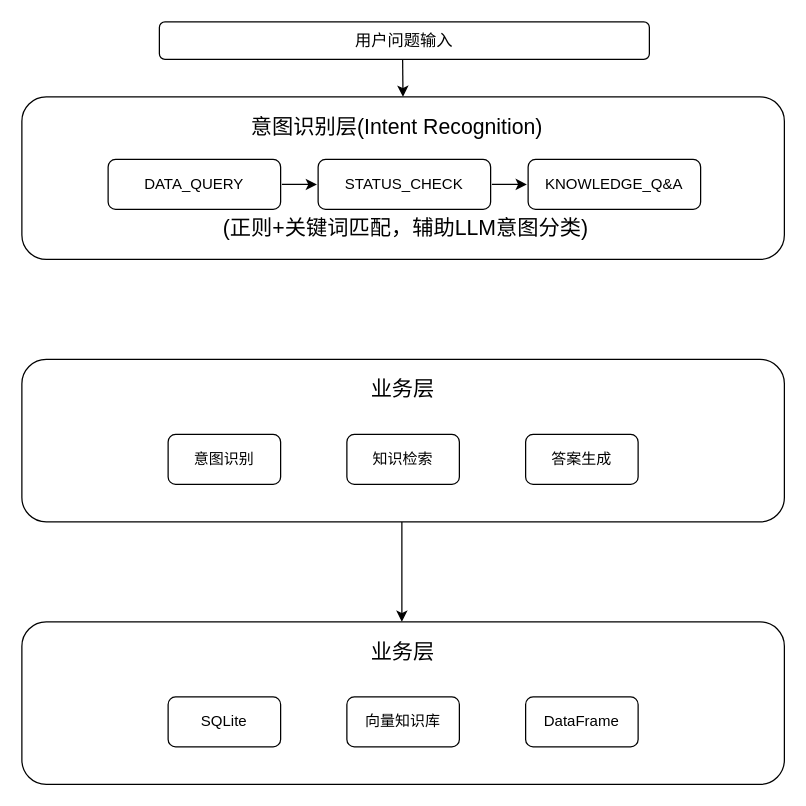
The draw.io diagram 未命名绘图.drawio in quetzal-china/draw.io, before the edit. Source tidied: cells renumbered, new cells numbered last; positions are measured from the earlier drawing's top-left corner, leaving out a move shared by most shapes. Both pictures are drawn from the tidied source at 125%, with x=0, y=0 at pixel (21, 21).
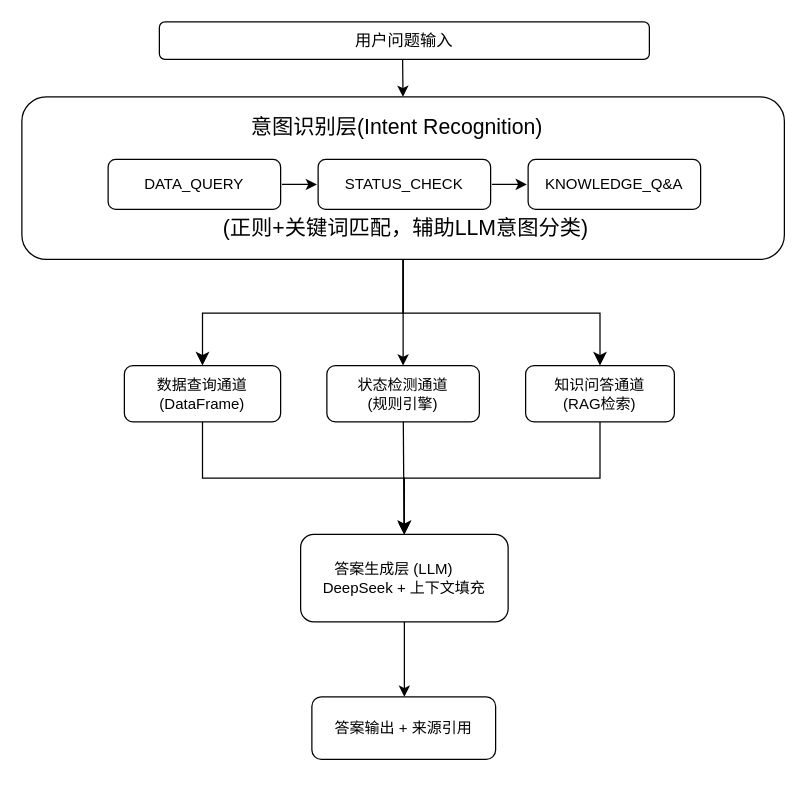
After the change.

Commit message:
更新未命名绘图.drawio

Unchanged cells that the change refers to:
```xml
<mxCell id="4" value="&lt;span style=&quot;font-size: 17px;&quot;&gt;意图识别层(Intent Recognition)&amp;nbsp;&amp;nbsp;&lt;/span&gt;&lt;div&gt;&lt;span style=&quot;font-size: 17px;&quot;&gt;&lt;br&gt;&lt;/span&gt;&lt;/div&gt;&lt;div&gt;&lt;span style=&quot;font-size: 17px;&quot;&gt;&lt;br&gt;&lt;/span&gt;&lt;/div&gt;&lt;div&gt;&lt;span style=&quot;font-size: 17px;&quot;&gt;&lt;br&gt;&lt;/span&gt;&lt;/div&gt;&lt;div&gt;&lt;span style=&quot;font-size: 17px;&quot;&gt;&amp;nbsp;(正则+关键词匹配，辅助LLM意图分类)&lt;/span&gt;&lt;/div&gt;" style="rounded=1;whiteSpace=wrap;html=1;" parent="1" vertex="1">
  <mxGeometry y="60" width="610" height="130" as="geometry" />
</mxCell>
```

The edit, as a diff of the source:
```diff
@@
-    <mxCell id="6" value="&lt;span style=&quot;font-size: 17px;&quot;&gt;业务层&lt;/span&gt;&lt;br&gt;&lt;div&gt;&lt;span style=&quot;font-size: 17px;&quot;&gt;&lt;br&gt;&lt;/span&gt;&lt;/div&gt;&lt;div&gt;&lt;span style=&quot;font-size: 17px;&quot;&gt;&lt;br&gt;&lt;/span&gt;&lt;/div&gt;&lt;div&gt;&lt;span style=&quot;font-size: 17px;&quot;&gt;&lt;br&gt;&lt;/span&gt;&lt;/div&gt;&lt;div&gt;&lt;span style=&quot;font-size: 17px;&quot;&gt;&lt;br&gt;&lt;/span&gt;&lt;/div&gt;" style="rounded=1;whiteSpace=wrap;html=1;" parent="1" vertex="1">
-      <mxGeometry y="270" width="610" height="130" as="geometry" />
-    </mxCell>
-    <mxCell id="7" value="意图识别" style="rounded=1;whiteSpace=wrap;html=1;" parent="1" vertex="1">
-      <mxGeometry x="117" y="330" width="90" height="40" as="geometry" />
+    <mxCell id="7" value="数据查询通道&lt;div&gt;(DataFrame)&lt;/div&gt;" style="rounded=1;whiteSpace=wrap;html=1;" parent="1" vertex="1">
+      <mxGeometry x="82" y="275" width="125" height="45" as="geometry" />
     </mxCell>
-    <mxCell id="8" value="知识检索" style="rounded=1;whiteSpace=wrap;html=1;" parent="1" vertex="1">
-      <mxGeometry x="260" y="330" width="90" height="40" as="geometry" />
+    <mxCell id="8" value="状态检测通道&lt;div&gt;(规则引擎)&lt;/div&gt;" style="rounded=1;whiteSpace=wrap;html=1;" parent="1" vertex="1">
+      <mxGeometry x="244" y="275" width="122" height="45" as="geometry" />
     </mxCell>
-    <mxCell id="9" value="答案生成" style="rounded=1;whiteSpace=wrap;html=1;" parent="1" vertex="1">
-      <mxGeometry x="403" y="330" width="90" height="40" as="geometry" />
+    <mxCell id="9" value="知识问答通道&lt;div&gt;(RAG检索)&lt;/div&gt;" style="rounded=1;whiteSpace=wrap;html=1;" parent="1" vertex="1">
+      <mxGeometry x="403" y="275" width="119" height="45" as="geometry" />
     </mxCell>
-    <mxCell id="10" style="endArrow=classic;html=1;rounded=0;" parent="1" edge="1">
-      <mxGeometry relative="1" as="geometry">
-        <mxPoint x="304" y="400" as="sourcePoint" />
-        <mxPoint x="304" y="480" as="targetPoint" />
-      </mxGeometry>
-    </mxCell>
-    <mxCell id="11" value="&lt;span style=&quot;font-size: 17px;&quot;&gt;业务层&lt;/span&gt;&lt;br&gt;&lt;div&gt;&lt;span style=&quot;font-size: 17px;&quot;&gt;&lt;br&gt;&lt;/span&gt;&lt;/div&gt;&lt;div&gt;&lt;span style=&quot;font-size: 17px;&quot;&gt;&lt;br&gt;&lt;/span&gt;&lt;/div&gt;&lt;div&gt;&lt;span style=&quot;font-size: 17px;&quot;&gt;&lt;br&gt;&lt;/span&gt;&lt;/div&gt;&lt;div&gt;&lt;span style=&quot;font-size: 17px;&quot;&gt;&lt;br&gt;&lt;/span&gt;&lt;/div&gt;" style="rounded=1;whiteSpace=wrap;html=1;" parent="1" vertex="1">
-      <mxGeometry y="480" width="610" height="130" as="geometry" />
-    </mxCell>
-    <mxCell id="12" value="SQLite" style="rounded=1;whiteSpace=wrap;html=1;" parent="1" vertex="1">
-      <mxGeometry x="117" y="540" width="90" height="40" as="geometry" />
-    </mxCell>
-    <mxCell id="13" value="向量知识库" style="rounded=1;whiteSpace=wrap;html=1;" parent="1" vertex="1">
-      <mxGeometry x="260" y="540" width="90" height="40" as="geometry" />
-    </mxCell>
-    <mxCell id="14" value="DataFrame" style="rounded=1;whiteSpace=wrap;html=1;" parent="1" vertex="1">
-      <mxGeometry x="403" y="540" width="90" height="40" as="geometry" />
-    </mxCell>
@@
+    <mxCell id="19" style="endArrow=classic;html=1;rounded=0;" parent="1" edge="1" source="4" target="8">
+      <mxGeometry relative="1" as="geometry" />
+    </mxCell>
+    <mxCell id="20" style="edgeStyle=elbowEdgeStyle;elbow=vertical;endArrow=classic;html=1;curved=0;rounded=0;endSize=8;startSize=8;" parent="1" edge="1" source="4" target="7">
+      <mxGeometry relative="1" as="geometry" />
+    </mxCell>
+    <mxCell id="21" style="edgeStyle=elbowEdgeStyle;elbow=vertical;endArrow=classic;html=1;curved=0;rounded=0;endSize=8;startSize=8;" parent="1" edge="1" source="4" target="9">
+      <mxGeometry relative="1" as="geometry" />
+    </mxCell>
+    <mxCell id="22" value="&lt;div&gt;答案生成层 (LLM)&amp;nbsp; &amp;nbsp; &amp;nbsp; D&lt;span style=&quot;background-color: transparent; color: light-dark(rgb(0, 0, 0), rgb(255, 255, 255));&quot;&gt;eepSeek + 上下文填充&lt;/span&gt;&lt;/div&gt;" style="rounded=1;whiteSpace=wrap;html=1;" parent="1" vertex="1">
+      <mxGeometry x="223" y="410" width="166" height="70" as="geometry" />
+    </mxCell>
+    <mxCell id="23" style="edgeStyle=elbowEdgeStyle;elbow=vertical;endArrow=classic;html=1;curved=0;rounded=0;endSize=8;startSize=8;" parent="1" edge="1" source="7" target="22">
+      <mxGeometry relative="1" as="geometry" />
+    </mxCell>
+    <mxCell id="24" style="edgeStyle=elbowEdgeStyle;elbow=vertical;endArrow=classic;html=1;curved=0;rounded=0;endSize=8;startSize=8;" parent="1" edge="1" source="9" target="22">
+      <mxGeometry relative="1" as="geometry" />
+    </mxCell>
+    <mxCell id="25" style="endArrow=classic;html=1;rounded=0;" parent="1" edge="1" source="8" target="22">
+      <mxGeometry relative="1" as="geometry" />
+    </mxCell>
+    <mxCell id="26" style="endArrow=classic;html=1;rounded=0;" parent="1" edge="1" source="22">
+      <mxGeometry relative="1" as="geometry">
+        <mxPoint x="306" y="540" as="targetPoint" />
+      </mxGeometry>
+    </mxCell>
+    <mxCell id="27" value="答案输出 + 来源引用" style="rounded=1;whiteSpace=wrap;html=1;" parent="1" vertex="1">
+      <mxGeometry x="232" y="540" width="147" height="50" as="geometry" />
+    </mxCell>
```
